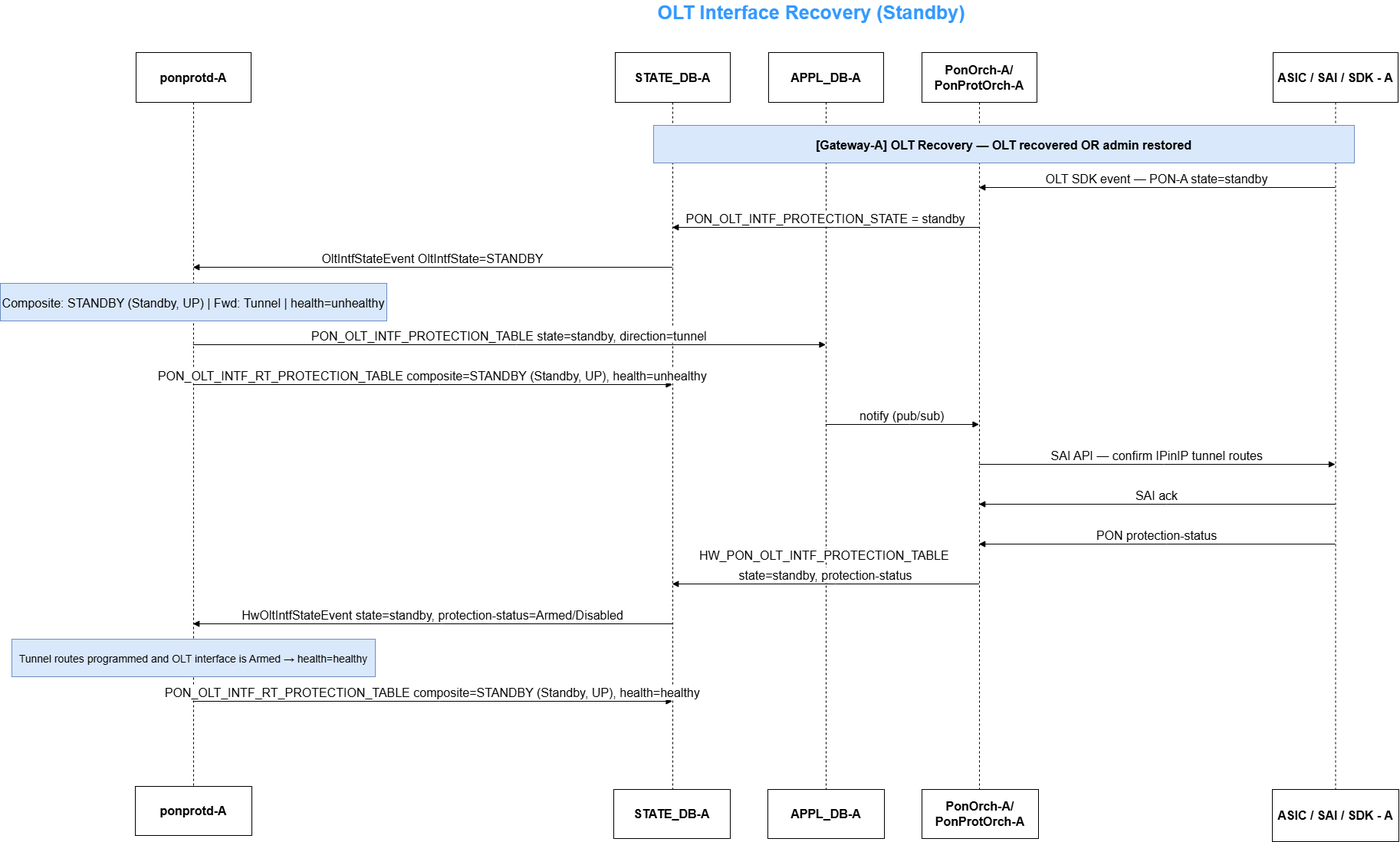
The draw.io diagram doc/pon/images/OLT Interface Recovery (Standby).png in sonic-net/SONiC, before a commit. Source tidied: cells renumbered, new cells last; positions are measured from the earlier drawing's top-left corner, leaving out a move shared by most shapes. The source it was exported from:
```xml
<mxGraphModel>
  <root>
    <mxCell id="0" />
    <mxCell id="1" parent="0" />
    <mxCell id="2" value="ponprotd-A" style="shape=umlLifeline;perimeter=lifelinePerimeter;whiteSpace=wrap;outlineConnect=0;portConstraint=eastwest;newEdgeStyle={&quot;edgeStyle&quot;:&quot;elbowEdgeStyle&quot;,&quot;elbow&quot;:&quot;vertical&quot;,&quot;curved&quot;:0,&quot;rounded&quot;:0};size=65;fontStyle=1;fontSize=16;" parent="1" vertex="1">
      <mxGeometry x="177" y="68" width="150" height="961" as="geometry" />
    </mxCell>
    <mxCell id="3" value="STATE_DB-A" style="shape=umlLifeline;perimeter=lifelinePerimeter;whiteSpace=wrap;outlineConnect=0;portConstraint=eastwest;newEdgeStyle={&quot;edgeStyle&quot;:&quot;elbowEdgeStyle&quot;,&quot;elbow&quot;:&quot;vertical&quot;,&quot;curved&quot;:0,&quot;rounded&quot;:0};size=65;fontStyle=1;fontSize=16;" parent="1" vertex="1">
      <mxGeometry x="802" y="68" width="150" height="961" as="geometry" />
    </mxCell>
    <mxCell id="4" value="APPL_DB-A" style="shape=umlLifeline;perimeter=lifelinePerimeter;whiteSpace=wrap;outlineConnect=0;portConstraint=eastwest;newEdgeStyle={&quot;edgeStyle&quot;:&quot;elbowEdgeStyle&quot;,&quot;elbow&quot;:&quot;vertical&quot;,&quot;curved&quot;:0,&quot;rounded&quot;:0};size=65;fontStyle=1;fontSize=16;" parent="1" vertex="1">
      <mxGeometry x="1002" y="68" width="150" height="961" as="geometry" />
    </mxCell>
    <mxCell id="5" value="PonOrch-A/&#10;PonProtOrch-A" style="shape=umlLifeline;perimeter=lifelinePerimeter;whiteSpace=wrap;outlineConnect=0;portConstraint=eastwest;newEdgeStyle={&quot;edgeStyle&quot;:&quot;elbowEdgeStyle&quot;,&quot;elbow&quot;:&quot;vertical&quot;,&quot;curved&quot;:0,&quot;rounded&quot;:0};size=65;fontStyle=1;fontSize=16;" parent="1" vertex="1">
      <mxGeometry x="1202" y="68" width="150" height="961" as="geometry" />
    </mxCell>
    <mxCell id="6" value="ASIC / SAI / SDK - A" style="shape=umlLifeline;perimeter=lifelinePerimeter;whiteSpace=wrap;outlineConnect=0;portConstraint=eastwest;newEdgeStyle={&quot;edgeStyle&quot;:&quot;elbowEdgeStyle&quot;,&quot;elbow&quot;:&quot;vertical&quot;,&quot;curved&quot;:0,&quot;rounded&quot;:0};size=65;fontStyle=1;fontSize=16;" parent="1" vertex="1">
      <mxGeometry x="1660" y="68" width="163" height="961" as="geometry" />
    </mxCell>
    <mxCell id="7" value="OLT SDK event — PON-A state=standby" style="verticalAlign=bottom;edgeStyle=elbowEdgeStyle;elbow=vertical;curved=0;rounded=0;endArrow=block;fontSize=16;" parent="1" edge="1" source="6" target="5">
      <mxGeometry relative="1" as="geometry">
        <Array as="points">
          <mxPoint x="1521" y="244" />
        </Array>
      </mxGeometry>
    </mxCell>
    <mxCell id="8" value="PON_OLT_INTF_PROTECTION_STATE = standby" style="verticalAlign=bottom;edgeStyle=elbowEdgeStyle;elbow=vertical;curved=0;rounded=0;endArrow=block;fontSize=16;" parent="1" edge="1" source="5" target="3">
      <mxGeometry relative="1" as="geometry">
        <Array as="points">
          <mxPoint x="1089" y="296" />
        </Array>
      </mxGeometry>
    </mxCell>
    <mxCell id="9" value="OltIntfStateEvent OltIntfState=STANDBY" style="verticalAlign=bottom;edgeStyle=elbowEdgeStyle;elbow=vertical;curved=0;rounded=0;endArrow=block;fontSize=16;" parent="1" edge="1" source="3" target="2">
      <mxGeometry relative="1" as="geometry">
        <Array as="points">
          <mxPoint x="576" y="348" />
        </Array>
      </mxGeometry>
    </mxCell>
    <mxCell id="10" value="PON_OLT_INTF_PROTECTION_TABLE state=standby, direction=tunnel" style="verticalAlign=bottom;edgeStyle=elbowEdgeStyle;elbow=vertical;curved=0;rounded=0;endArrow=block;fontSize=16;" parent="1" edge="1" source="2" target="4">
      <mxGeometry relative="1" as="geometry">
        <Array as="points">
          <mxPoint x="673" y="449" />
        </Array>
      </mxGeometry>
    </mxCell>
    <mxCell id="11" value="PON_OLT_INTF_RT_PROTECTION_TABLE composite=STANDBY (Standby, UP), health=unhealthy" style="verticalAlign=bottom;edgeStyle=elbowEdgeStyle;elbow=vertical;curved=0;rounded=0;endArrow=block;fontSize=16;" parent="1" edge="1" source="2" target="3">
      <mxGeometry relative="1" as="geometry">
        <Array as="points">
          <mxPoint x="573" y="501" />
        </Array>
      </mxGeometry>
    </mxCell>
    <mxCell id="12" value="notify (pub/sub)" style="verticalAlign=bottom;edgeStyle=elbowEdgeStyle;elbow=vertical;curved=0;rounded=0;endArrow=block;fontSize=16;" parent="1" edge="1" source="4" target="5">
      <mxGeometry relative="1" as="geometry">
        <Array as="points">
          <mxPoint x="1186" y="553" />
        </Array>
      </mxGeometry>
    </mxCell>
    <mxCell id="13" value="SAI API — confirm IPinIP tunnel routes" style="verticalAlign=bottom;edgeStyle=elbowEdgeStyle;elbow=vertical;curved=0;rounded=0;endArrow=block;fontSize=16;" parent="1" edge="1" source="5" target="6">
      <mxGeometry relative="1" as="geometry">
        <Array as="points">
          <mxPoint x="1518" y="605" />
        </Array>
      </mxGeometry>
    </mxCell>
    <mxCell id="14" value="SAI ack" style="verticalAlign=bottom;edgeStyle=elbowEdgeStyle;elbow=vertical;curved=0;rounded=0;endArrow=block;fontSize=16;" parent="1" edge="1" source="6" target="5">
      <mxGeometry relative="1" as="geometry">
        <Array as="points">
          <mxPoint x="1521" y="657" />
        </Array>
      </mxGeometry>
    </mxCell>
    <mxCell id="15" value="PON protection-status" style="verticalAlign=bottom;edgeStyle=elbowEdgeStyle;elbow=vertical;curved=0;rounded=0;endArrow=block;fontSize=16;" parent="1" edge="1" source="6" target="5">
      <mxGeometry relative="1" as="geometry">
        <Array as="points">
          <mxPoint x="1521" y="709" />
        </Array>
      </mxGeometry>
    </mxCell>
    <mxCell id="16" value="state=standby, protection-status" style="verticalAlign=bottom;edgeStyle=elbowEdgeStyle;elbow=vertical;curved=0;rounded=0;endArrow=block;fontSize=16;" parent="1" edge="1" source="5" target="3">
      <mxGeometry relative="1" as="geometry">
        <Array as="points">
          <mxPoint x="1089" y="761" />
        </Array>
      </mxGeometry>
    </mxCell>
    <mxCell id="17" value="HwOltIntfStateEvent state=standby, protection-status=Armed/Disabled" style="verticalAlign=bottom;edgeStyle=elbowEdgeStyle;elbow=vertical;curved=0;rounded=0;endArrow=block;fontSize=16;" parent="1" edge="1" source="3" target="2">
      <mxGeometry relative="1" as="geometry">
        <Array as="points">
          <mxPoint x="576" y="813" />
        </Array>
      </mxGeometry>
    </mxCell>
    <mxCell id="18" value="PON_OLT_INTF_RT_PROTECTION_TABLE composite=STANDBY (Standby, UP), health=healthy" style="verticalAlign=bottom;edgeStyle=elbowEdgeStyle;elbow=vertical;curved=0;rounded=0;endArrow=block;fontSize=16;" parent="1" edge="1" source="2" target="3">
      <mxGeometry relative="1" as="geometry">
        <Array as="points">
          <mxPoint x="573" y="914" />
        </Array>
      </mxGeometry>
    </mxCell>
    <mxCell id="19" value="[Gateway-A] OLT Recovery — OLT recovered OR admin restored" style="fillColor=#dae8fc;strokeColor=#6c8ebf;fontSize=16;fontStyle=1;" parent="1" vertex="1">
      <mxGeometry x="852" y="163" width="914" height="49" as="geometry" />
    </mxCell>
    <mxCell id="20" value="Composite: STANDBY (Standby, UP) | Fwd: Tunnel | health=unhealthy" style="fillColor=#dae8fc;strokeColor=#6c8ebf;fontSize=16;" parent="1" vertex="1">
      <mxGeometry y="369" width="504" height="49" as="geometry" />
    </mxCell>
    <mxCell id="21" value="Tunnel routes programmed and OLT interface is Armed → health=healthy" style="fillColor=#dae8fc;strokeColor=#6c8ebf;fontSize=14;" parent="1" vertex="1">
      <mxGeometry x="15" y="833" width="474" height="49" as="geometry" />
    </mxCell>
    <mxCell id="22" value="&lt;span style=&quot;font-size: 16px; font-weight: 700;&quot;&gt;ponprotd-A&lt;/span&gt;" style="rounded=0;whiteSpace=wrap;html=1;" parent="1" vertex="1">
      <mxGeometry x="176" y="1025" width="152" height="64" as="geometry" />
    </mxCell>
    <mxCell id="23" value="&lt;span style=&quot;font-size: 16px; font-weight: 700;&quot;&gt;STATE_DB-A&lt;/span&gt;" style="rounded=0;whiteSpace=wrap;html=1;" parent="1" vertex="1">
      <mxGeometry x="800" y="1029" width="152" height="64" as="geometry" />
    </mxCell>
    <mxCell id="24" value="&lt;span style=&quot;font-size: 16px; font-weight: 700;&quot;&gt;APPL_DB-A&lt;/span&gt;" style="rounded=0;whiteSpace=wrap;html=1;" parent="1" vertex="1">
      <mxGeometry x="1001" y="1029" width="152" height="64" as="geometry" />
    </mxCell>
    <mxCell id="25" value="&lt;span style=&quot;font-size: 16px; font-weight: 700;&quot;&gt;PonOrch-A/&lt;br&gt;PonProtOrch-A&lt;/span&gt;" style="rounded=0;whiteSpace=wrap;html=1;" parent="1" vertex="1">
      <mxGeometry x="1202" y="1029" width="152" height="64" as="geometry" />
    </mxCell>
    <mxCell id="26" value="&lt;span style=&quot;font-size: 16px; font-weight: 700;&quot;&gt;ASIC / SAI / SDK - A&lt;/span&gt;" style="rounded=0;whiteSpace=wrap;html=1;" parent="1" vertex="1">
      <mxGeometry x="1659" y="1029" width="165" height="68" as="geometry" />
    </mxCell>
    <mxCell id="27" value="OLT Interface Recovery (Standby)" style="text;html=1;whiteSpace=wrap;strokeColor=none;fillColor=none;align=center;verticalAlign=middle;rounded=0;fontSize=25;fontColor=#3399FF;fontStyle=1;" parent="1" vertex="1">
      <mxGeometry x="663" width="790" height="30" as="geometry" />
    </mxCell>
    <mxCell id="28" value="&lt;span style=&quot;font-size: 16px; white-space: nowrap; background-color: rgb(255, 255, 255);&quot;&gt;HW_PON_OLT_INTF_PROTECTION_TABLE&amp;nbsp;&lt;/span&gt;" style="text;html=1;whiteSpace=wrap;strokeColor=none;fillColor=none;align=center;verticalAlign=middle;rounded=0;" parent="1" vertex="1">
      <mxGeometry x="1047" y="709" width="60" height="30" as="geometry" />
    </mxCell>
  </root>
</mxGraphModel>
```
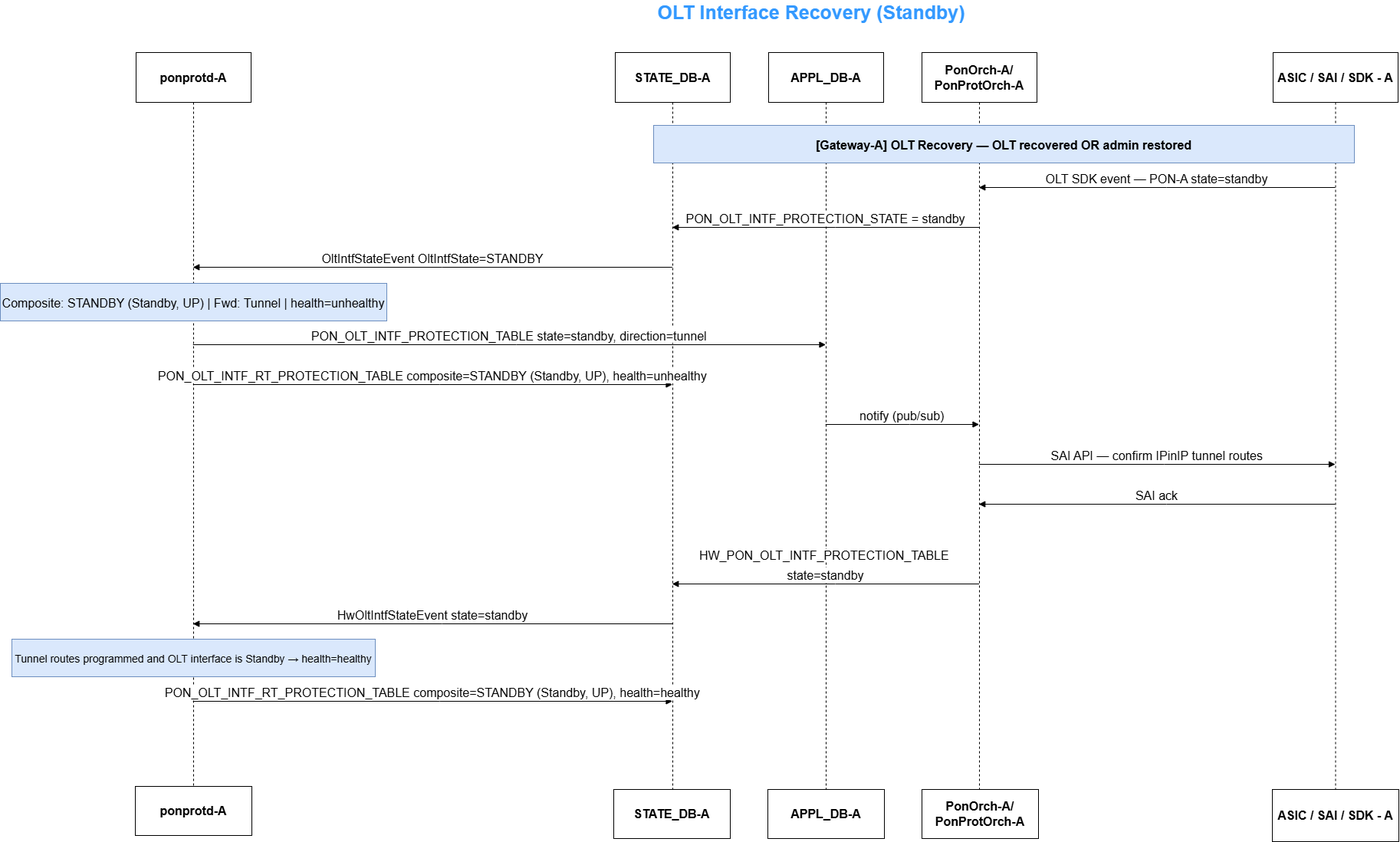
The same diagram one commit later.

Diff of the diagram source:
```diff
@@ -73,21 +73,14 @@
         </Array>
       </mxGeometry>
     </mxCell>
-    <mxCell id="15" value="PON protection-status" style="verticalAlign=bottom;edgeStyle=elbowEdgeStyle;elbow=vertical;curved=0;rounded=0;endArrow=block;fontSize=16;" parent="1" edge="1" source="6" target="5">
-      <mxGeometry relative="1" as="geometry">
-        <Array as="points">
-          <mxPoint x="1521" y="709" />
-        </Array>
-      </mxGeometry>
-    </mxCell>
-    <mxCell id="16" value="state=standby, protection-status" style="verticalAlign=bottom;edgeStyle=elbowEdgeStyle;elbow=vertical;curved=0;rounded=0;endArrow=block;fontSize=16;" parent="1" edge="1" source="5" target="3">
+    <mxCell id="16" value="state=standby" style="verticalAlign=bottom;edgeStyle=elbowEdgeStyle;elbow=vertical;curved=0;rounded=0;endArrow=block;fontSize=16;" parent="1" edge="1" source="5" target="3">
       <mxGeometry relative="1" as="geometry">
         <Array as="points">
           <mxPoint x="1089" y="761" />
         </Array>
       </mxGeometry>
     </mxCell>
-    <mxCell id="17" value="HwOltIntfStateEvent state=standby, protection-status=Armed/Disabled" style="verticalAlign=bottom;edgeStyle=elbowEdgeStyle;elbow=vertical;curved=0;rounded=0;endArrow=block;fontSize=16;" parent="1" edge="1" source="3" target="2">
+    <mxCell id="17" value="HwOltIntfStateEvent state=standby" style="verticalAlign=bottom;edgeStyle=elbowEdgeStyle;elbow=vertical;curved=0;rounded=0;endArrow=block;fontSize=16;" parent="1" edge="1" source="3" target="2">
       <mxGeometry relative="1" as="geometry">
         <Array as="points">
           <mxPoint x="576" y="813" />
@@ -107,7 +100,7 @@
     <mxCell id="20" value="Composite: STANDBY (Standby, UP) | Fwd: Tunnel | health=unhealthy" style="fillColor=#dae8fc;strokeColor=#6c8ebf;fontSize=16;" parent="1" vertex="1">
       <mxGeometry y="369" width="504" height="49" as="geometry" />
     </mxCell>
-    <mxCell id="21" value="Tunnel routes programmed and OLT interface is Armed → health=healthy" style="fillColor=#dae8fc;strokeColor=#6c8ebf;fontSize=14;" parent="1" vertex="1">
+    <mxCell id="21" value="Tunnel routes programmed and OLT interface is Standby → health=healthy" style="fillColor=#dae8fc;strokeColor=#6c8ebf;fontSize=14;" parent="1" vertex="1">
       <mxGeometry x="15" y="833" width="474" height="49" as="geometry" />
     </mxCell>
     <mxCell id="22" value="&lt;span style=&quot;font-size: 16px; font-weight: 700;&quot;&gt;ponprotd-A&lt;/span&gt;" style="rounded=0;whiteSpace=wrap;html=1;" parent="1" vertex="1">
```
